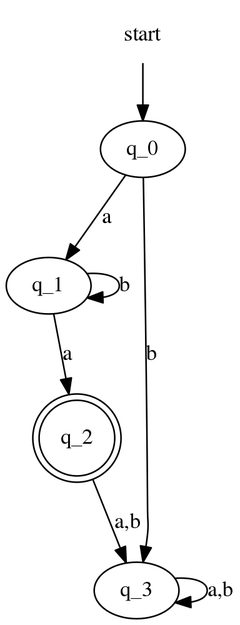
Before: examples/example2.png, a diagram exported from Graphviz (hammadrauf/automata). Its source is kept beside it as examples/example2.dot.
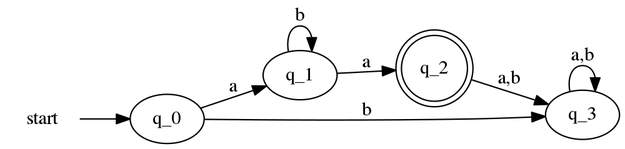
After the commit.

Diff of the diagram source:
```diff
@@ -1,4 +1,5 @@
 digraph automaton {
+	graph [rankdir=LR];
 	start [shape=plaintext];
 	start -> q_0
 	q_0 -> q_1 [label="a"];
```
